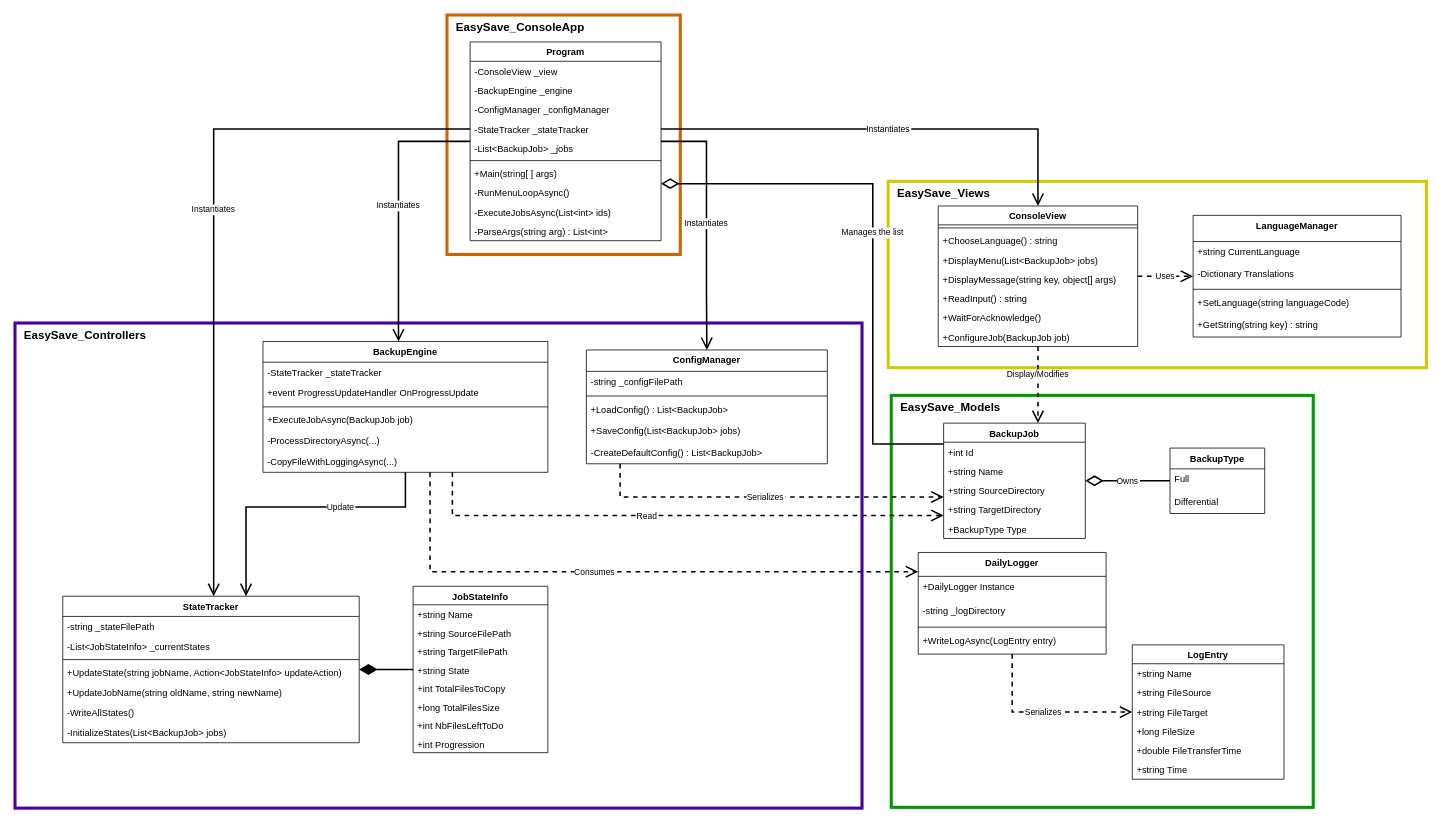
This is Diagrams/Classe.drawio from Fire-90/CESI_Genie_Logiciel, a draw.io file, before an edit. Source tidied: cells renumbered, new cells numbered last; positions are measured from the earlier drawing's top-left corner, leaving out a move shared by most shapes. Both pictures are drawn from the tidied source at 77%, with x=0, y=0 at pixel (15, 15).
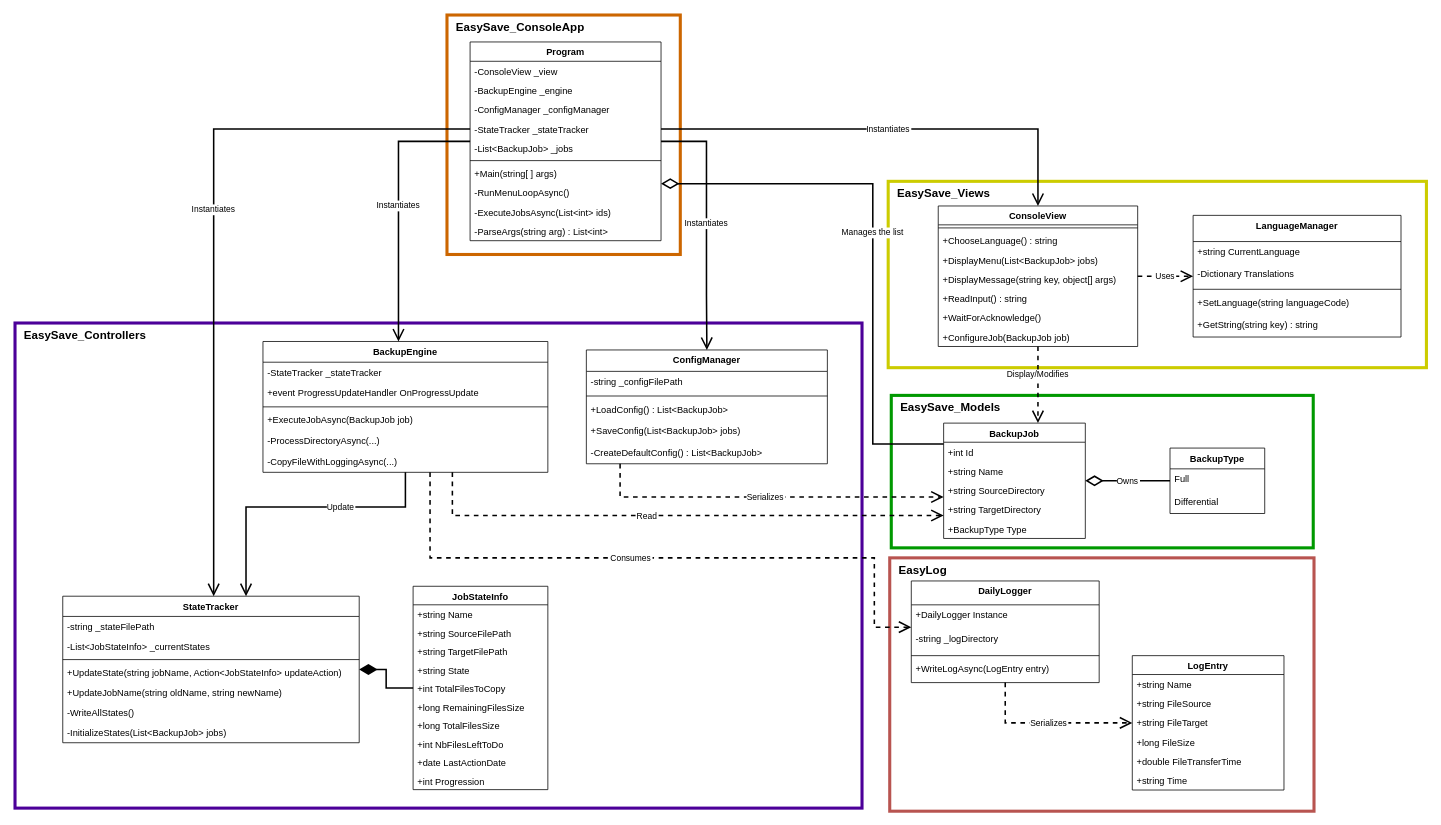
The same diagram, later.

Unchanged cells that the change refers to:
```xml
<mxCell id="30" value="BackupEngine" style="swimlane;fontStyle=1;align=center;verticalAlign=top;horizontal=1;startSize=26.899998982747395;" parent="1" vertex="1">
  <mxGeometry x="322" y="424" width="370" height="169.9" as="geometry" />
</mxCell>
```

The edit, as a diff of the source:
```diff
@@
+    <mxCell id="96" value="EasyLog" style="whiteSpace=wrap;strokeWidth=4;fillColor=none;verticalAlign=top;align=left;fontSize=15;fontStyle=1;spacingLeft=10;strokeColor=#b85450;" parent="1" vertex="1">
+      <mxGeometry x="1136" y="705" width="551" height="329" as="geometry" />
+    </mxCell>
@@
     <mxCell id="51" value="JobStateInfo" style="swimlane;fontStyle=1;align=center;verticalAlign=top;horizontal=1;startSize=24.06315853721217;" parent="1" vertex="1">
-      <mxGeometry x="517" y="741.9" width="175" height="216.1" as="geometry" />
+      <mxGeometry x="517" y="741.9" width="175" height="264.1" as="geometry" />
     </mxCell>
@@
+    <mxCell id="97" value="+long RemainingFilesSize" style="text;strokeColor=none;fillColor=none;align=left;verticalAlign=top;spacingLeft=4;spacingRight=4;overflow=hidden;" parent="51" vertex="1">
+      <mxGeometry y="144.1" width="175" height="24" as="geometry" />
+    </mxCell>
     <mxCell id="57" value="+long TotalFilesSize" style="text;strokeColor=none;fillColor=none;align=left;verticalAlign=top;spacingLeft=4;spacingRight=4;overflow=hidden;" parent="51" vertex="1">
-      <mxGeometry y="144.1" width="175" height="24" as="geometry" />
+      <mxGeometry y="168.1" width="175" height="24" as="geometry" />
     </mxCell>
     <mxCell id="58" value="+int NbFilesLeftToDo" style="text;strokeColor=none;fillColor=none;align=left;verticalAlign=top;spacingLeft=4;spacingRight=4;overflow=hidden;" parent="51" vertex="1">
-      <mxGeometry y="168.1" width="175" height="24" as="geometry" />
+      <mxGeometry y="192.1" width="175" height="24" as="geometry" />
     </mxCell>
+    <mxCell id="98" value="+date LastActionDate" style="text;strokeColor=none;fillColor=none;align=left;verticalAlign=top;spacingLeft=4;spacingRight=4;overflow=hidden;" parent="51" vertex="1">
+      <mxGeometry y="216.1" width="175" height="24" as="geometry" />
+    </mxCell>
     <mxCell id="59" value="+int Progression" style="text;strokeColor=none;fillColor=none;align=left;verticalAlign=top;spacingLeft=4;spacingRight=4;overflow=hidden;" parent="51" vertex="1">
-      <mxGeometry y="192.1" width="175" height="24" as="geometry" />
+      <mxGeometry y="240.1" width="175" height="24" as="geometry" />
     </mxCell>
     <mxCell id="60" value="EasySave_Models" style="whiteSpace=wrap;strokeWidth=4;fillColor=none;verticalAlign=top;align=left;fontSize=15;fontStyle=1;spacingLeft=10;strokeColor=#009900;" parent="1" vertex="1">
-      <mxGeometry x="1138" y="494" width="548" height="535" as="geometry" />
+      <mxGeometry x="1138" y="494" width="548" height="198" as="geometry" />
     </mxCell>
@@
     <mxCell id="70" value="DailyLogger" style="swimlane;fontStyle=1;align=center;verticalAlign=top;horizontal=1;startSize=31;" parent="1" vertex="1">
-      <mxGeometry x="1173" y="698" width="244" height="132" as="geometry" />
+      <mxGeometry x="1164" y="735" width="244" height="132" as="geometry" />
     </mxCell>
@@
     <mxCell id="75" value="LogEntry" style="swimlane;fontStyle=1;align=center;verticalAlign=top;horizontal=1;startSize=24.50666707356771;" parent="1" vertex="1">
-      <mxGeometry x="1451" y="818" width="197" height="174.5" as="geometry" />
+      <mxGeometry x="1451" y="832" width="197" height="174.5" as="geometry" />
     </mxCell>
@@
     <mxCell id="91" value="Consumes" style="dashed=1;startArrow=none;endArrow=open;endSize=12;rounded=0;edgeStyle=orthogonalEdgeStyle;strokeWidth=2;" parent="1" edge="1" source="30" target="70">
       <mxGeometry x="-0.1" relative="1" as="geometry">
         <Array as="points">
-          <mxPoint x="539" y="723" />
+          <mxPoint x="539" y="705" />
+          <mxPoint x="1116" y="705" />
+          <mxPoint x="1116" y="795" />
         </Array>
       </mxGeometry>
     </mxCell>
```
